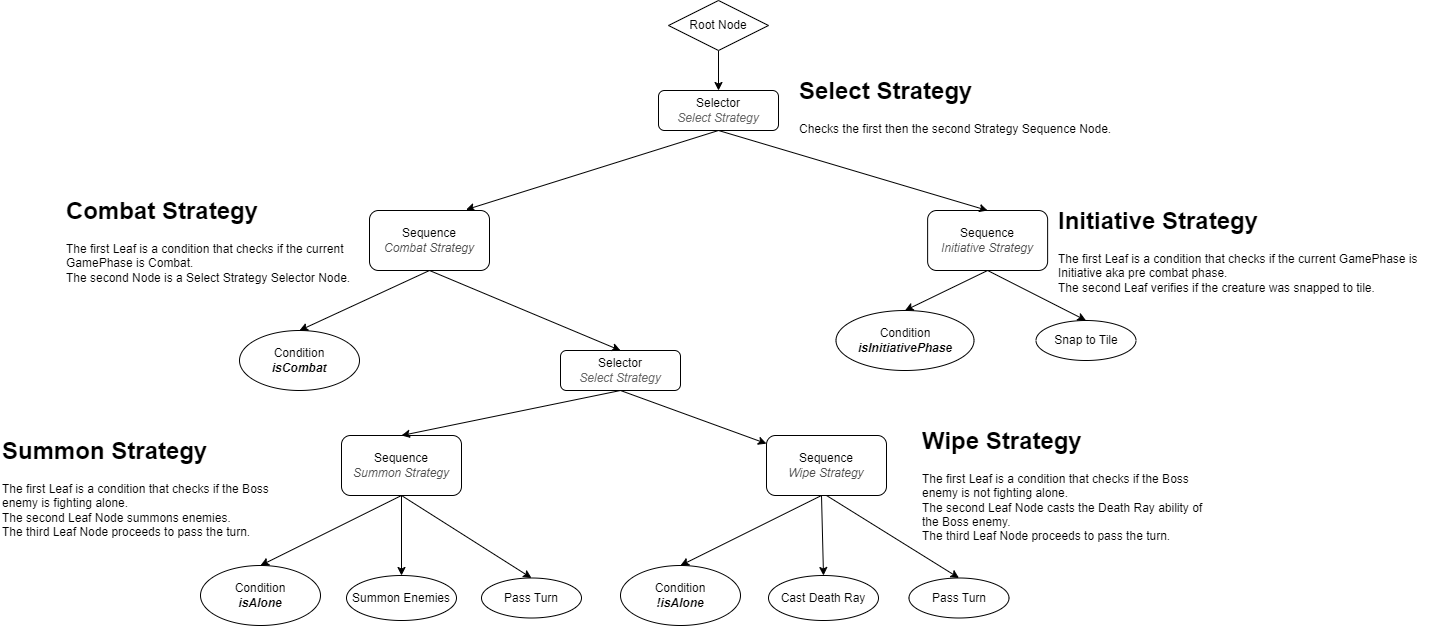
The draw.io diagram BossEnemy_BT.drawio.png in Tiniky/ExitTheDungeon, before a commit. Source tidied: cells renumbered, new cells last; positions are measured from the earlier drawing's top-left corner, leaving out a move shared by most shapes.
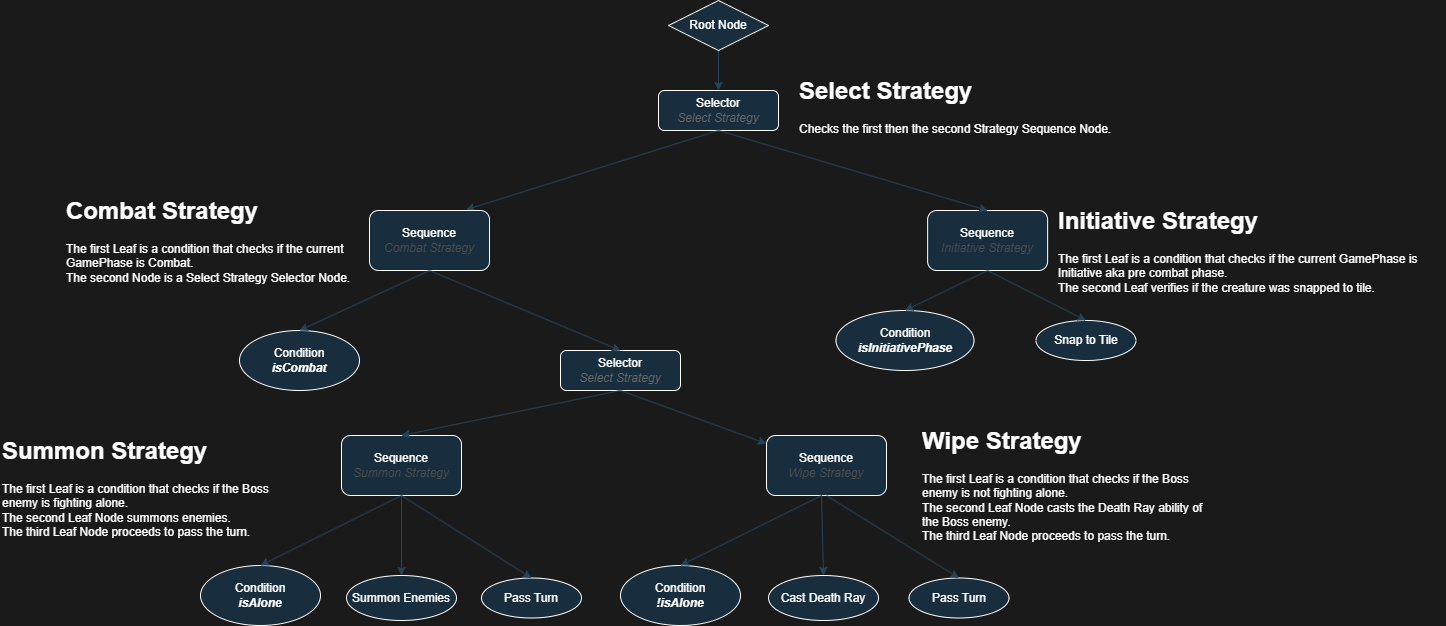
The same file after the commit.

Commit message:
added some missing node functionalities

The edit, as a diff of the source:
```diff
@@ -1,121 +1,121 @@
-<mxGraphModel>
+<mxGraphModel background="#1A1A1A">
   <root>
     <mxCell id="0" />
     <mxCell id="1" parent="0" />
-    <mxCell id="2" style="endArrow=classic;html=1;rounded=0;exitX=0.5;exitY=1;exitDx=0;exitDy=0;entryX=0.5;entryY=0;entryDx=0;entryDy=0;" parent="1" edge="1" source="6" target="3">
+    <mxCell id="2" style="endArrow=classic;html=1;rounded=0;exitX=0.5;exitY=1;exitDx=0;exitDy=0;entryX=0.5;entryY=0;entryDx=0;entryDy=0;labelBackgroundColor=none;strokeColor=#23445D;fontColor=default;" parent="1" edge="1" source="6" target="3">
       <mxGeometry relative="1" as="geometry" />
     </mxCell>
-    <mxCell id="3" value="Selector&lt;div&gt;&lt;font color=&quot;#666666&quot;&gt;&lt;i&gt;Select&amp;nbsp;&lt;/i&gt;&lt;/font&gt;&lt;i style=&quot;color: rgb(102, 102, 102); background-color: initial;&quot;&gt;Strategy&lt;/i&gt;&lt;/div&gt;" style="rounded=1;whiteSpace=wrap;html=1;" parent="1" vertex="1">
+    <mxCell id="3" value="Selector&lt;div&gt;&lt;font color=&quot;#666666&quot;&gt;&lt;i&gt;Select&amp;nbsp;&lt;/i&gt;&lt;/font&gt;&lt;i style=&quot;color: rgb(102, 102, 102); background-color: initial;&quot;&gt;Strategy&lt;/i&gt;&lt;/div&gt;" style="rounded=1;whiteSpace=wrap;html=1;labelBackgroundColor=none;fillColor=#182E3E;strokeColor=#FFFFFF;fontColor=#FFFFFF;" parent="1" vertex="1">
       <mxGeometry x="658" y="90" width="120" height="40" as="geometry" />
     </mxCell>
-    <mxCell id="4" style="endArrow=classic;html=1;rounded=0;exitX=0.5;exitY=1;exitDx=0;exitDy=0;entryX=0.804;entryY=-0.013;entryDx=0;entryDy=0;entryPerimeter=0;" parent="1" edge="1" source="3" target="5">
+    <mxCell id="4" style="endArrow=classic;html=1;rounded=0;exitX=0.5;exitY=1;exitDx=0;exitDy=0;entryX=0.804;entryY=-0.013;entryDx=0;entryDy=0;entryPerimeter=0;labelBackgroundColor=none;strokeColor=#23445D;fontColor=default;" parent="1" edge="1" source="3" target="5">
       <mxGeometry relative="1" as="geometry" />
     </mxCell>
-    <mxCell id="5" value="Sequence&lt;div&gt;&lt;font color=&quot;#4d4d4d&quot;&gt;&lt;i&gt;Combat Strategy&lt;/i&gt;&lt;/font&gt;&lt;/div&gt;" style="rounded=1;whiteSpace=wrap;html=1;" parent="1" vertex="1">
+    <mxCell id="5" value="Sequence&lt;div&gt;&lt;font color=&quot;#4d4d4d&quot;&gt;&lt;i&gt;Combat Strategy&lt;/i&gt;&lt;/font&gt;&lt;/div&gt;" style="rounded=1;whiteSpace=wrap;html=1;labelBackgroundColor=none;fillColor=#182E3E;strokeColor=#FFFFFF;fontColor=#FFFFFF;" parent="1" vertex="1">
       <mxGeometry x="369" y="210" width="120" height="60" as="geometry" />
     </mxCell>
-    <mxCell id="6" value="Root Node" style="rhombus;whiteSpace=wrap;html=1;" parent="1" vertex="1">
+    <mxCell id="6" value="Root Node" style="rhombus;whiteSpace=wrap;html=1;labelBackgroundColor=none;fillColor=#182E3E;strokeColor=#FFFFFF;fontColor=#FFFFFF;" parent="1" vertex="1">
       <mxGeometry x="668" width="100" height="50" as="geometry" />
     </mxCell>
-    <mxCell id="7" value="Selector&lt;div&gt;&lt;font color=&quot;#666666&quot;&gt;&lt;i&gt;Select Strategy&lt;/i&gt;&lt;/font&gt;&lt;/div&gt;" style="rounded=1;whiteSpace=wrap;html=1;" parent="1" vertex="1">
+    <mxCell id="7" value="Selector&lt;div&gt;&lt;font color=&quot;#666666&quot;&gt;&lt;i&gt;Select Strategy&lt;/i&gt;&lt;/font&gt;&lt;/div&gt;" style="rounded=1;whiteSpace=wrap;html=1;labelBackgroundColor=none;fillColor=#182E3E;strokeColor=#FFFFFF;fontColor=#FFFFFF;" parent="1" vertex="1">
       <mxGeometry x="560" y="350" width="120" height="40" as="geometry" />
     </mxCell>
-    <mxCell id="8" style="endArrow=classic;html=1;rounded=0;exitX=0.5;exitY=1;exitDx=0;exitDy=0;entryX=0.5;entryY=0;entryDx=0;entryDy=0;" parent="1" edge="1" source="5" target="7">
+    <mxCell id="8" style="endArrow=classic;html=1;rounded=0;exitX=0.5;exitY=1;exitDx=0;exitDy=0;entryX=0.5;entryY=0;entryDx=0;entryDy=0;labelBackgroundColor=none;strokeColor=#23445D;fontColor=default;" parent="1" edge="1" source="5" target="7">
       <mxGeometry relative="1" as="geometry" />
     </mxCell>
-    <mxCell id="9" style="endArrow=classic;html=1;rounded=0;exitX=0.5;exitY=1;exitDx=0;exitDy=0;" parent="1" edge="1" source="7" target="10">
+    <mxCell id="9" style="endArrow=classic;html=1;rounded=0;exitX=0.5;exitY=1;exitDx=0;exitDy=0;labelBackgroundColor=none;strokeColor=#23445D;fontColor=default;" parent="1" edge="1" source="7" target="10">
       <mxGeometry relative="1" as="geometry" />
     </mxCell>
-    <mxCell id="10" value="Sequence&lt;div&gt;&lt;font color=&quot;#4d4d4d&quot;&gt;&lt;i&gt;Wipe Strategy&lt;/i&gt;&lt;/font&gt;&lt;/div&gt;" style="rounded=1;whiteSpace=wrap;html=1;" parent="1" vertex="1">
+    <mxCell id="10" value="Sequence&lt;div&gt;&lt;font color=&quot;#4d4d4d&quot;&gt;&lt;i&gt;Wipe Strategy&lt;/i&gt;&lt;/font&gt;&lt;/div&gt;" style="rounded=1;whiteSpace=wrap;html=1;labelBackgroundColor=none;fillColor=#182E3E;strokeColor=#FFFFFF;fontColor=#FFFFFF;" parent="1" vertex="1">
       <mxGeometry x="766" y="435" width="120" height="60" as="geometry" />
     </mxCell>
-    <mxCell id="11" value="Condition&lt;div&gt;&lt;b&gt;&lt;i&gt;isCombat&lt;/i&gt;&lt;/b&gt;&lt;/div&gt;" style="ellipse;whiteSpace=wrap;html=1;" parent="1" vertex="1">
+    <mxCell id="11" value="Condition&lt;div&gt;&lt;b&gt;&lt;i&gt;isCombat&lt;/i&gt;&lt;/b&gt;&lt;/div&gt;" style="ellipse;whiteSpace=wrap;html=1;labelBackgroundColor=none;fillColor=#182E3E;strokeColor=#FFFFFF;fontColor=#FFFFFF;" parent="1" vertex="1">
       <mxGeometry x="239" y="330" width="120" height="60" as="geometry" />
     </mxCell>
-    <mxCell id="12" style="endArrow=classic;html=1;rounded=0;exitX=0.5;exitY=1;exitDx=0;exitDy=0;entryX=0.5;entryY=0;entryDx=0;entryDy=0;" parent="1" edge="1" source="5" target="11">
+    <mxCell id="12" style="endArrow=classic;html=1;rounded=0;exitX=0.5;exitY=1;exitDx=0;exitDy=0;entryX=0.5;entryY=0;entryDx=0;entryDy=0;labelBackgroundColor=none;strokeColor=#23445D;fontColor=default;" parent="1" edge="1" source="5" target="11">
       <mxGeometry relative="1" as="geometry" />
     </mxCell>
-    <mxCell id="13" value="&lt;h1 style=&quot;margin-top: 0px;&quot;&gt;Select Strategy&lt;/h1&gt;&lt;div&gt;Checks the first then the second Strategy Sequence Node.&lt;/div&gt;" style="text;html=1;whiteSpace=wrap;overflow=hidden;rounded=0;" parent="1" vertex="1">
+    <mxCell id="13" value="&lt;h1 style=&quot;margin-top: 0px;&quot;&gt;Select Strategy&lt;/h1&gt;&lt;div&gt;Checks the first then the second Strategy Sequence Node.&lt;/div&gt;" style="text;html=1;whiteSpace=wrap;overflow=hidden;rounded=0;labelBackgroundColor=none;fontColor=#FFFFFF;" parent="1" vertex="1">
       <mxGeometry x="797" y="70" width="323" height="90" as="geometry" />
     </mxCell>
-    <mxCell id="14" value="&lt;h1 style=&quot;margin-top: 0px;&quot;&gt;Combat Strategy&lt;/h1&gt;&lt;div&gt;The first Leaf is a condition that checks if the current GamePhase is Combat.&lt;br&gt;&lt;/div&gt;&lt;div&gt;The second Node is a Select Strategy Selector Node.&lt;br&gt;&lt;/div&gt;" style="text;html=1;whiteSpace=wrap;overflow=hidden;rounded=0;" parent="1" vertex="1">
+    <mxCell id="14" value="&lt;h1 style=&quot;margin-top: 0px;&quot;&gt;Combat Strategy&lt;/h1&gt;&lt;div&gt;The first Leaf is a condition that checks if the current GamePhase is Combat.&lt;br&gt;&lt;/div&gt;&lt;div&gt;The second Node is a Select Strategy Selector Node.&lt;br&gt;&lt;/div&gt;" style="text;html=1;whiteSpace=wrap;overflow=hidden;rounded=0;labelBackgroundColor=none;fontColor=#FFFFFF;" parent="1" vertex="1">
       <mxGeometry x="64" y="190" width="295" height="100" as="geometry" />
     </mxCell>
-    <mxCell id="15" value="Sequence&lt;div&gt;&lt;font color=&quot;#4d4d4d&quot;&gt;&lt;i&gt;Initiative Strategy&lt;/i&gt;&lt;/font&gt;&lt;/div&gt;" style="rounded=1;whiteSpace=wrap;html=1;" parent="1" vertex="1">
+    <mxCell id="15" value="Sequence&lt;div&gt;&lt;font color=&quot;#4d4d4d&quot;&gt;&lt;i&gt;Initiative Strategy&lt;/i&gt;&lt;/font&gt;&lt;/div&gt;" style="rounded=1;whiteSpace=wrap;html=1;labelBackgroundColor=none;fillColor=#182E3E;strokeColor=#FFFFFF;fontColor=#FFFFFF;" parent="1" vertex="1">
       <mxGeometry x="927.1" y="210" width="120" height="60" as="geometry" />
     </mxCell>
-    <mxCell id="16" value="Condition&lt;div&gt;&lt;b&gt;&lt;i&gt;isInitiativePhase&lt;/i&gt;&lt;/b&gt;&lt;/div&gt;" style="ellipse;whiteSpace=wrap;html=1;" parent="1" vertex="1">
+    <mxCell id="16" value="Condition&lt;div&gt;&lt;b&gt;&lt;i&gt;isInitiativePhase&lt;/i&gt;&lt;/b&gt;&lt;/div&gt;" style="ellipse;whiteSpace=wrap;html=1;labelBackgroundColor=none;fillColor=#182E3E;strokeColor=#FFFFFF;fontColor=#FFFFFF;" parent="1" vertex="1">
       <mxGeometry x="835.5" y="310" width="138" height="60" as="geometry" />
     </mxCell>
-    <mxCell id="17" value="Snap to Tile" style="ellipse;whiteSpace=wrap;html=1;" parent="1" vertex="1">
+    <mxCell id="17" value="Snap to Tile" style="ellipse;whiteSpace=wrap;html=1;labelBackgroundColor=none;fillColor=#182E3E;strokeColor=#FFFFFF;fontColor=#FFFFFF;" parent="1" vertex="1">
       <mxGeometry x="1035.5" y="320" width="100" height="40" as="geometry" />
     </mxCell>
-    <mxCell id="18" style="endArrow=classic;html=1;rounded=0;exitX=0.5;exitY=1;exitDx=0;exitDy=0;entryX=0.5;entryY=0;entryDx=0;entryDy=0;" parent="1" edge="1" source="15" target="16">
+    <mxCell id="18" style="endArrow=classic;html=1;rounded=0;exitX=0.5;exitY=1;exitDx=0;exitDy=0;entryX=0.5;entryY=0;entryDx=0;entryDy=0;labelBackgroundColor=none;strokeColor=#23445D;fontColor=default;" parent="1" edge="1" source="15" target="16">
       <mxGeometry relative="1" as="geometry" />
     </mxCell>
-    <mxCell id="19" style="endArrow=classic;html=1;rounded=0;exitX=0.5;exitY=1;exitDx=0;exitDy=0;entryX=0.5;entryY=0;entryDx=0;entryDy=0;" parent="1" edge="1" source="15" target="17">
+    <mxCell id="19" style="endArrow=classic;html=1;rounded=0;exitX=0.5;exitY=1;exitDx=0;exitDy=0;entryX=0.5;entryY=0;entryDx=0;entryDy=0;labelBackgroundColor=none;strokeColor=#23445D;fontColor=default;" parent="1" edge="1" source="15" target="17">
       <mxGeometry relative="1" as="geometry" />
     </mxCell>
-    <mxCell id="20" style="endArrow=classic;html=1;rounded=0;exitX=0.5;exitY=1;exitDx=0;exitDy=0;entryX=0.5;entryY=0;entryDx=0;entryDy=0;" parent="1" edge="1" source="3" target="15">
+    <mxCell id="20" style="endArrow=classic;html=1;rounded=0;exitX=0.5;exitY=1;exitDx=0;exitDy=0;entryX=0.5;entryY=0;entryDx=0;entryDy=0;labelBackgroundColor=none;strokeColor=#23445D;fontColor=default;" parent="1" edge="1" source="3" target="15">
       <mxGeometry relative="1" as="geometry" />
     </mxCell>
-    <mxCell id="21" value="&lt;h1 style=&quot;margin-top: 0px;&quot;&gt;Initiative Strategy&lt;/h1&gt;&lt;div&gt;The first Leaf is a condition that checks if the current GamePhase is Initiative aka pre combat phase.&lt;br&gt;&lt;/div&gt;&lt;div&gt;The second Leaf verifies if the creature was snapped to tile.&lt;/div&gt;" style="text;html=1;whiteSpace=wrap;overflow=hidden;rounded=0;" parent="1" vertex="1">
+    <mxCell id="21" value="&lt;h1 style=&quot;margin-top: 0px;&quot;&gt;Initiative Strategy&lt;/h1&gt;&lt;div&gt;The first Leaf is a condition that checks if the current GamePhase is Initiative aka pre combat phase.&lt;br&gt;&lt;/div&gt;&lt;div&gt;The second Leaf verifies if the creature was snapped to tile.&lt;/div&gt;" style="text;html=1;whiteSpace=wrap;overflow=hidden;rounded=0;labelBackgroundColor=none;fontColor=#FFFFFF;" parent="1" vertex="1">
       <mxGeometry x="1055.5" y="200" width="390" height="100" as="geometry" />
     </mxCell>
-    <mxCell id="22" value="Sequence&lt;div&gt;&lt;font color=&quot;#4d4d4d&quot;&gt;&lt;i&gt;Summon&amp;nbsp;&lt;/i&gt;&lt;/font&gt;&lt;i style=&quot;color: light-dark(rgb(77, 77, 77), rgb(77, 77, 77)); background-color: transparent;&quot;&gt;Strategy&lt;/i&gt;&lt;/div&gt;" style="rounded=1;whiteSpace=wrap;html=1;" parent="1" vertex="1">
+    <mxCell id="22" value="Sequence&lt;div&gt;&lt;font color=&quot;#4d4d4d&quot;&gt;&lt;i&gt;Summon&amp;nbsp;&lt;/i&gt;&lt;/font&gt;&lt;i style=&quot;color: light-dark(rgb(77, 77, 77), rgb(77, 77, 77)); background-color: transparent;&quot;&gt;Strategy&lt;/i&gt;&lt;/div&gt;" style="rounded=1;whiteSpace=wrap;html=1;labelBackgroundColor=none;fillColor=#182E3E;strokeColor=#FFFFFF;fontColor=#FFFFFF;" parent="1" vertex="1">
       <mxGeometry x="341" y="435" width="120" height="60" as="geometry" />
     </mxCell>
-    <mxCell id="23" style="endArrow=classic;html=1;rounded=0;entryX=0.5;entryY=0;entryDx=0;entryDy=0;exitX=0.5;exitY=1;exitDx=0;exitDy=0;" parent="1" edge="1" source="7" target="22">
+    <mxCell id="23" style="endArrow=classic;html=1;rounded=0;entryX=0.5;entryY=0;entryDx=0;entryDy=0;exitX=0.5;exitY=1;exitDx=0;exitDy=0;labelBackgroundColor=none;strokeColor=#23445D;fontColor=default;" parent="1" edge="1" source="7" target="22">
       <mxGeometry relative="1" as="geometry" />
     </mxCell>
-    <mxCell id="24" value="Condition&lt;div&gt;&lt;b&gt;&lt;i&gt;isAlone&lt;/i&gt;&lt;/b&gt;&lt;/div&gt;" style="ellipse;whiteSpace=wrap;html=1;" parent="1" vertex="1">
+    <mxCell id="24" value="Condition&lt;div&gt;&lt;b&gt;&lt;i&gt;isAlone&lt;/i&gt;&lt;/b&gt;&lt;/div&gt;" style="ellipse;whiteSpace=wrap;html=1;labelBackgroundColor=none;fillColor=#182E3E;strokeColor=#FFFFFF;fontColor=#FFFFFF;" parent="1" vertex="1">
       <mxGeometry x="200" y="565" width="120" height="60" as="geometry" />
     </mxCell>
-    <mxCell id="25" style="endArrow=classic;html=1;rounded=0;exitX=0.5;exitY=1;exitDx=0;exitDy=0;entryX=0.5;entryY=0;entryDx=0;entryDy=0;" parent="1" edge="1" source="22" target="24">
+    <mxCell id="25" style="endArrow=classic;html=1;rounded=0;exitX=0.5;exitY=1;exitDx=0;exitDy=0;entryX=0.5;entryY=0;entryDx=0;entryDy=0;labelBackgroundColor=none;strokeColor=#23445D;fontColor=default;" parent="1" edge="1" source="22" target="24">
       <mxGeometry relative="1" as="geometry" />
     </mxCell>
-    <mxCell id="26" value="Pass Turn" style="ellipse;whiteSpace=wrap;html=1;" parent="1" vertex="1">
+    <mxCell id="26" value="Pass Turn" style="ellipse;whiteSpace=wrap;html=1;labelBackgroundColor=none;fillColor=#182E3E;strokeColor=#FFFFFF;fontColor=#FFFFFF;" parent="1" vertex="1">
       <mxGeometry x="481" y="577.5" width="100" height="40" as="geometry" />
     </mxCell>
-    <mxCell id="27" style="endArrow=classic;html=1;rounded=0;exitX=0.5;exitY=1;exitDx=0;exitDy=0;entryX=0.5;entryY=0;entryDx=0;entryDy=0;" parent="1" edge="1" target="26">
+    <mxCell id="27" style="endArrow=classic;html=1;rounded=0;exitX=0.5;exitY=1;exitDx=0;exitDy=0;entryX=0.5;entryY=0;entryDx=0;entryDy=0;labelBackgroundColor=none;strokeColor=#23445D;fontColor=default;" parent="1" edge="1" target="26">
       <mxGeometry relative="1" as="geometry">
         <mxPoint x="401" y="495" as="sourcePoint" />
       </mxGeometry>
     </mxCell>
-    <mxCell id="28" style="endArrow=classic;html=1;rounded=0;exitX=0.5;exitY=1;exitDx=0;exitDy=0;entryX=0.5;entryY=0;entryDx=0;entryDy=0;" parent="1" edge="1" target="29">
+    <mxCell id="28" style="endArrow=classic;html=1;rounded=0;exitX=0.5;exitY=1;exitDx=0;exitDy=0;entryX=0.5;entryY=0;entryDx=0;entryDy=0;labelBackgroundColor=none;strokeColor=#23445D;fontColor=default;" parent="1" edge="1" target="29">
       <mxGeometry relative="1" as="geometry">
         <mxPoint x="401" y="495" as="sourcePoint" />
       </mxGeometry>
     </mxCell>
-    <mxCell id="29" value="Summon Enemies" style="ellipse;whiteSpace=wrap;html=1;" parent="1" vertex="1">
+    <mxCell id="29" value="Summon Enemies" style="ellipse;whiteSpace=wrap;html=1;labelBackgroundColor=none;fillColor=#182E3E;strokeColor=#FFFFFF;fontColor=#FFFFFF;" parent="1" vertex="1">
       <mxGeometry x="346" y="575" width="110" height="45" as="geometry" />
     </mxCell>
-    <mxCell id="30" value="Condition&lt;div&gt;&lt;b&gt;&lt;i&gt;!isAlone&lt;/i&gt;&lt;/b&gt;&lt;/div&gt;" style="ellipse;whiteSpace=wrap;html=1;" parent="1" vertex="1">
+    <mxCell id="30" value="Condition&lt;div&gt;&lt;b&gt;&lt;i&gt;!isAlone&lt;/i&gt;&lt;/b&gt;&lt;/div&gt;" style="ellipse;whiteSpace=wrap;html=1;labelBackgroundColor=none;fillColor=#182E3E;strokeColor=#FFFFFF;fontColor=#FFFFFF;" parent="1" vertex="1">
       <mxGeometry x="620" y="565" width="120" height="60" as="geometry" />
     </mxCell>
-    <mxCell id="31" style="endArrow=classic;html=1;rounded=0;exitX=0.5;exitY=1;exitDx=0;exitDy=0;entryX=0.5;entryY=0;entryDx=0;entryDy=0;" parent="1" edge="1" target="30">
+    <mxCell id="31" style="endArrow=classic;html=1;rounded=0;exitX=0.5;exitY=1;exitDx=0;exitDy=0;entryX=0.5;entryY=0;entryDx=0;entryDy=0;labelBackgroundColor=none;strokeColor=#23445D;fontColor=default;" parent="1" edge="1" target="30">
       <mxGeometry relative="1" as="geometry">
         <mxPoint x="821" y="495" as="sourcePoint" />
       </mxGeometry>
     </mxCell>
-    <mxCell id="32" value="Pass Turn" style="ellipse;whiteSpace=wrap;html=1;" parent="1" vertex="1">
+    <mxCell id="32" value="Pass Turn" style="ellipse;whiteSpace=wrap;html=1;labelBackgroundColor=none;fillColor=#182E3E;strokeColor=#FFFFFF;fontColor=#FFFFFF;" parent="1" vertex="1">
       <mxGeometry x="908.5" y="577.5" width="100" height="40" as="geometry" />
     </mxCell>
-    <mxCell id="33" style="endArrow=classic;html=1;rounded=0;exitX=0.5;exitY=1;exitDx=0;exitDy=0;entryX=0.5;entryY=0;entryDx=0;entryDy=0;" parent="1" edge="1" source="10" target="32">
+    <mxCell id="33" style="endArrow=classic;html=1;rounded=0;exitX=0.5;exitY=1;exitDx=0;exitDy=0;entryX=0.5;entryY=0;entryDx=0;entryDy=0;labelBackgroundColor=none;strokeColor=#23445D;fontColor=default;" parent="1" edge="1" source="10" target="32">
       <mxGeometry relative="1" as="geometry" />
     </mxCell>
-    <mxCell id="34" style="endArrow=classic;html=1;rounded=0;exitX=0.5;exitY=1;exitDx=0;exitDy=0;entryX=0.5;entryY=0;entryDx=0;entryDy=0;" parent="1" edge="1" target="35">
+    <mxCell id="34" style="endArrow=classic;html=1;rounded=0;exitX=0.5;exitY=1;exitDx=0;exitDy=0;entryX=0.5;entryY=0;entryDx=0;entryDy=0;labelBackgroundColor=none;strokeColor=#23445D;fontColor=default;" parent="1" edge="1" target="35">
       <mxGeometry relative="1" as="geometry">
         <mxPoint x="821" y="495" as="sourcePoint" />
       </mxGeometry>
     </mxCell>
-    <mxCell id="35" value="Cast Death Ray" style="ellipse;whiteSpace=wrap;html=1;" parent="1" vertex="1">
+    <mxCell id="35" value="Cast Death Ray" style="ellipse;whiteSpace=wrap;html=1;labelBackgroundColor=none;fillColor=#182E3E;strokeColor=#FFFFFF;fontColor=#FFFFFF;" parent="1" vertex="1">
       <mxGeometry x="768" y="575" width="110" height="45" as="geometry" />
     </mxCell>
-    <mxCell id="36" value="&lt;h1 style=&quot;margin-top: 0px;&quot;&gt;Summon Strategy&lt;/h1&gt;&lt;div&gt;The first Leaf is a condition that checks if the Boss enemy is fighting alone.&lt;br&gt;&lt;/div&gt;&lt;div&gt;The second Leaf Node summons enemies.&lt;br&gt;&lt;/div&gt;&lt;div&gt;The third Leaf Node proceeds to pass the turn.&lt;/div&gt;" style="text;html=1;whiteSpace=wrap;overflow=hidden;rounded=0;" parent="1" vertex="1">
+    <mxCell id="36" value="&lt;h1 style=&quot;margin-top: 0px;&quot;&gt;Summon Strategy&lt;/h1&gt;&lt;div&gt;The first Leaf is a condition that checks if the Boss enemy is fighting alone.&lt;br&gt;&lt;/div&gt;&lt;div&gt;The second Leaf Node summons enemies.&lt;br&gt;&lt;/div&gt;&lt;div&gt;The third Leaf Node proceeds to pass the turn.&lt;/div&gt;" style="text;html=1;whiteSpace=wrap;overflow=hidden;rounded=0;labelBackgroundColor=none;fontColor=#FFFFFF;" parent="1" vertex="1">
       <mxGeometry y="430" width="295" height="110" as="geometry" />
     </mxCell>
-    <mxCell id="37" value="&lt;h1 style=&quot;margin-top: 0px;&quot;&gt;Wipe Strategy&lt;/h1&gt;&lt;div&gt;The first Leaf is a condition that checks if the Boss enemy is not fighting alone.&lt;br&gt;&lt;/div&gt;&lt;div&gt;The second Leaf Node casts the Death Ray ability of the Boss enemy.&lt;br&gt;&lt;/div&gt;&lt;div&gt;The third Leaf Node proceeds to pass the turn.&lt;/div&gt;" style="text;html=1;whiteSpace=wrap;overflow=hidden;rounded=0;" parent="1" vertex="1">
+    <mxCell id="37" value="&lt;h1 style=&quot;margin-top: 0px;&quot;&gt;Wipe Strategy&lt;/h1&gt;&lt;div&gt;The first Leaf is a condition that checks if the Boss enemy is not fighting alone.&lt;br&gt;&lt;/div&gt;&lt;div&gt;The second Leaf Node casts the Death Ray ability of the Boss enemy.&lt;br&gt;&lt;/div&gt;&lt;div&gt;The third Leaf Node proceeds to pass the turn.&lt;/div&gt;" style="text;html=1;whiteSpace=wrap;overflow=hidden;rounded=0;labelBackgroundColor=none;fontColor=#FFFFFF;" parent="1" vertex="1">
       <mxGeometry x="920" y="420" width="295" height="120" as="geometry" />
     </mxCell>
   </root>
```
